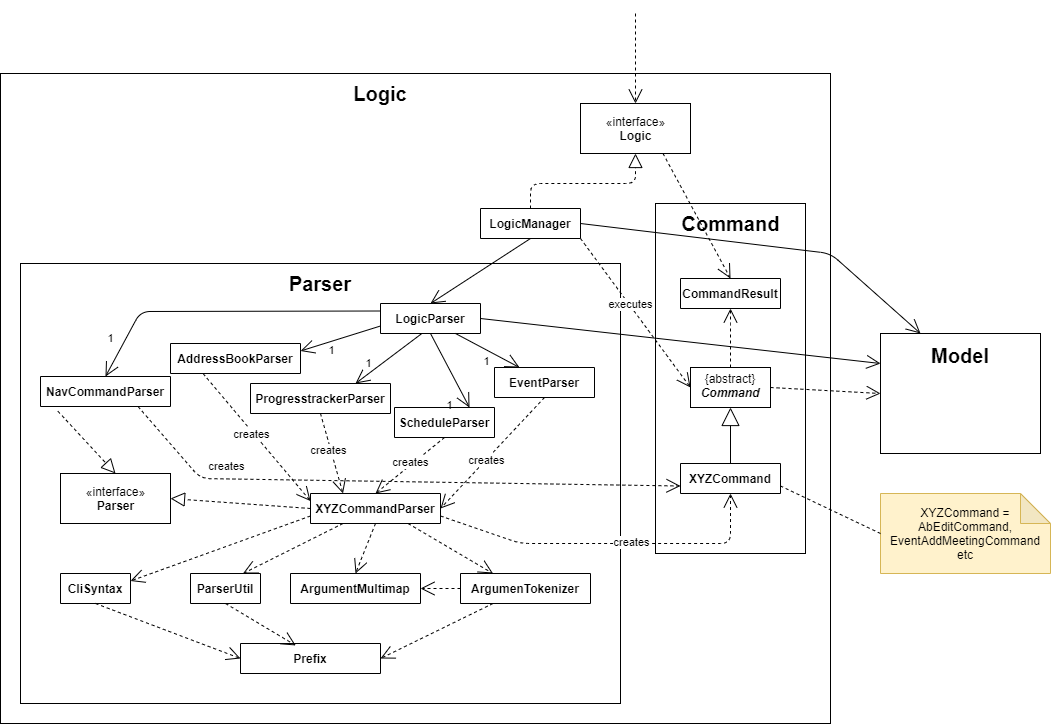
AY1920S2-CS2103T-F10-3/main keeps this draw.io diagram as images/LogicClassDiagram.png. Above is the earlier version. Source tidied: cells renumbered, new cells last; positions are measured from the earlier drawing's top-left corner, leaving out a move shared by most shapes.
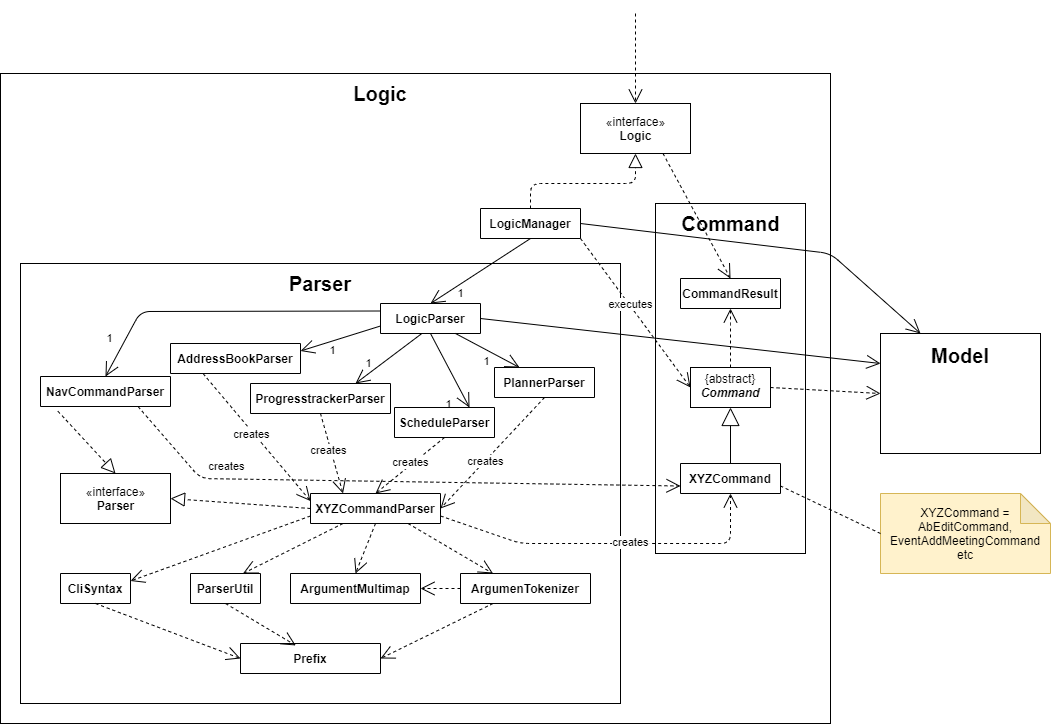
Above is the later version.

The edit, as a diff of the source:
```diff
@@ -93,8 +93,8 @@
         </Array>
       </mxGeometry>
     </mxCell>
-    <mxCell id="27" style="endArrow=open;endFill=1;endSize=12;html=1;entryX=0.5;entryY=0;entryDx=0;entryDy=0;exitX=0.5;exitY=1;exitDx=0;exitDy=0;" parent="1" edge="1" source="15" target="52">
-      <mxGeometry relative="1" as="geometry" />
+    <mxCell id="27" value="1" style="endArrow=open;endFill=1;endSize=12;html=1;entryX=0.5;entryY=0;entryDx=0;entryDy=0;exitX=0.5;exitY=1;exitDx=0;exitDy=0;" parent="1" edge="1" source="15" target="52">
+      <mxGeometry x="0.49" y="8" relative="1" as="geometry" />
     </mxCell>
     <mxCell id="28" style="endArrow=open;endFill=1;endSize=12;html=1;exitX=1;exitY=0.5;exitDx=0;exitDy=0;entryX=0;entryY=0.25;entryDx=0;entryDy=0;" parent="1" edge="1" source="52" target="4">
       <mxGeometry relative="1" as="geometry" />
@@ -186,7 +186,7 @@
     <mxCell id="53" value="NavCommandParser" style="swimlane;fontStyle=1;horizontal=1;startSize=50;fillColor=none;" parent="1" vertex="1">
       <mxGeometry x="40" y="363" width="130" height="30" as="geometry" />
     </mxCell>
-    <mxCell id="54" value="EventParser" style="swimlane;fontStyle=1;horizontal=1;startSize=50;fillColor=none;" parent="1" vertex="1">
+    <mxCell id="54" value="PlannerParser" style="swimlane;fontStyle=1;horizontal=1;startSize=50;fillColor=none;" parent="1" vertex="1">
       <mxGeometry x="494" y="354" width="100" height="30" as="geometry" />
     </mxCell>
     <mxCell id="55" value="ScheduleParser" style="swimlane;fontStyle=1;horizontal=1;startSize=50;fillColor=none;" parent="1" vertex="1">
```
